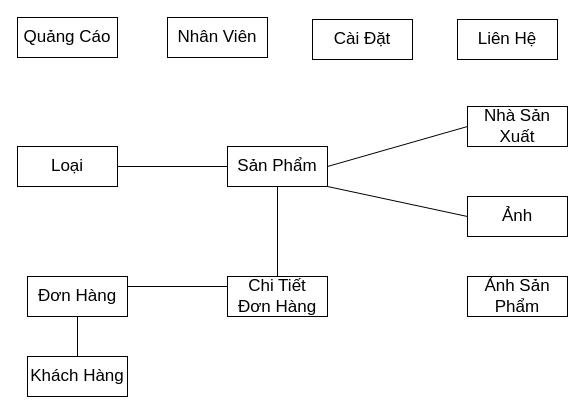
Before: page "Liên Kết Thực Thể" (2 of 6) of ERD/Sơ Đồ Thực Thể.V2.dio in LUU-DUC-HAI/do_an_java, a draw.io diagram. Source tidied: cells renumbered, new cells numbered last; positions are measured from the earlier drawing's top-left corner, leaving out a move shared by most shapes. Both pictures are drawn from the tidied source at 100%, with x=0, y=0 at pixel (17, 17).
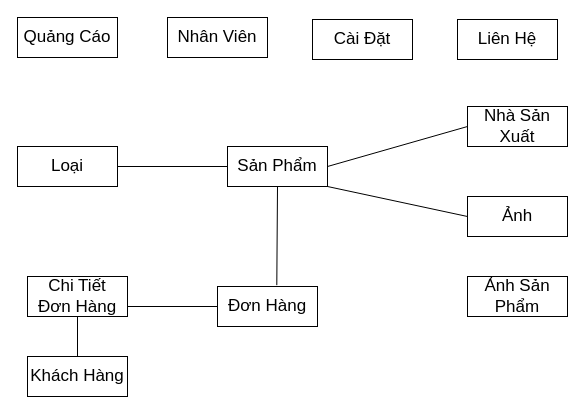
The same diagram, later.

The edit, as a diff of the source:
```diff
@@
 <mxGraphModel>
   <root>
     <mxCell id="0" />
     <mxCell id="1" parent="0" />
     <mxCell id="2" value="Quảng Cáo" style="whiteSpace=wrap;html=1;align=center;fontSize=17;" parent="1" vertex="1">
       <mxGeometry width="100" height="40" as="geometry" />
     </mxCell>
     <mxCell id="3" value="Loại" style="whiteSpace=wrap;html=1;align=center;fontSize=17;" parent="1" vertex="1">
       <mxGeometry y="129" width="100" height="40" as="geometry" />
     </mxCell>
     <mxCell id="4" value="Liên Hệ" style="whiteSpace=wrap;html=1;align=center;fontSize=17;" parent="1" vertex="1">
       <mxGeometry x="440" y="2" width="100" height="40" as="geometry" />
     </mxCell>
     <mxCell id="5" value="Khách Hàng" style="whiteSpace=wrap;html=1;align=center;fontSize=17;" parent="1" vertex="1">
       <mxGeometry x="10" y="339" width="100" height="40" as="geometry" />
     </mxCell>
     <mxCell id="6" value="Nhà Sản Xuất" style="whiteSpace=wrap;html=1;align=center;fontSize=17;" parent="1" vertex="1">
       <mxGeometry x="450" y="89" width="100" height="40" as="geometry" />
     </mxCell>
     <mxCell id="7" value="Đơn Hàng" style="whiteSpace=wrap;html=1;align=center;fontSize=17;" parent="1" vertex="1">
-      <mxGeometry x="10" y="259" width="100" height="40" as="geometry" />
+      <mxGeometry x="200" y="269" width="100" height="40" as="geometry" />
     </mxCell>
     <mxCell id="8" value="Chi Tiết &lt;br&gt;Đơn Hàng" style="whiteSpace=wrap;html=1;align=center;fontSize=17;" parent="1" vertex="1">
-      <mxGeometry x="210" y="259" width="100" height="40" as="geometry" />
+      <mxGeometry x="10" y="259" width="100" height="40" as="geometry" />
     </mxCell>
     <mxCell id="9" value="Sản Phẩm" style="whiteSpace=wrap;html=1;align=center;fontSize=17;" parent="1" vertex="1">
       <mxGeometry x="210" y="129" width="100" height="40" as="geometry" />
     </mxCell>
     <mxCell id="10" value="Ảnh" style="whiteSpace=wrap;html=1;align=center;fontSize=17;" parent="1" vertex="1">
       <mxGeometry x="450" y="179" width="100" height="40" as="geometry" />
     </mxCell>
     <mxCell id="11" value="Cài Đặt" style="whiteSpace=wrap;html=1;align=center;fontSize=17;" parent="1" vertex="1">
       <mxGeometry x="295" y="2" width="100" height="40" as="geometry" />
     </mxCell>
     <mxCell id="12" value="Nhân Viên" style="whiteSpace=wrap;html=1;align=center;fontSize=17;" parent="1" vertex="1">
       <mxGeometry x="150" width="100" height="40" as="geometry" />
     </mxCell>
     <mxCell id="13" style="endArrow=none;html=1;rounded=0;fontSize=17;exitX=1;exitY=1;exitDx=0;exitDy=0;entryX=0;entryY=0.5;entryDx=0;entryDy=0;" parent="1" edge="1" source="9" target="10">
       <mxGeometry relative="1" as="geometry" />
     </mxCell>
     <mxCell id="14" style="endArrow=none;html=1;rounded=0;fontSize=17;exitX=1;exitY=0.5;exitDx=0;exitDy=0;entryX=0;entryY=0.5;entryDx=0;entryDy=0;" parent="1" edge="1" source="9" target="6">
       <mxGeometry relative="1" as="geometry" />
     </mxCell>
     <mxCell id="15" style="endArrow=none;html=1;rounded=0;fontSize=17;exitX=0;exitY=0.5;exitDx=0;exitDy=0;entryX=1;entryY=0.5;entryDx=0;entryDy=0;" parent="1" edge="1" source="9" target="3">
       <mxGeometry relative="1" as="geometry" />
     </mxCell>
-    <mxCell id="16" style="endArrow=none;html=1;rounded=0;fontSize=17;exitX=1;exitY=0.25;exitDx=0;exitDy=0;entryX=0;entryY=0.25;entryDx=0;entryDy=0;" parent="1" edge="1" source="7" target="8">
+    <mxCell id="16" style="endArrow=none;html=1;rounded=0;fontSize=17;entryX=0;entryY=0.5;entryDx=0;entryDy=0;exitX=1;exitY=0.75;exitDx=0;exitDy=0;" parent="1" edge="1" source="8" target="7">
       <mxGeometry relative="1" as="geometry" />
     </mxCell>
-    <mxCell id="17" style="endArrow=none;html=1;rounded=0;fontSize=17;entryX=0.5;entryY=0;entryDx=0;entryDy=0;" parent="1" edge="1" source="7" target="5">
+    <mxCell id="17" style="endArrow=none;html=1;rounded=0;fontSize=17;entryX=0.5;entryY=0;entryDx=0;entryDy=0;" parent="1" edge="1" source="8" target="5">
       <mxGeometry relative="1" as="geometry" />
     </mxCell>
-    <mxCell id="18" style="endArrow=none;html=1;rounded=0;fontSize=17;exitX=0.5;exitY=1;exitDx=0;exitDy=0;entryX=0.5;entryY=0;entryDx=0;entryDy=0;" parent="1" edge="1" source="9" target="8">
+    <mxCell id="18" style="endArrow=none;html=1;rounded=0;fontSize=17;exitX=0.5;exitY=1;exitDx=0;exitDy=0;entryX=0.593;entryY=-0.033;entryDx=0;entryDy=0;entryPerimeter=0;" parent="1" edge="1" source="9" target="7">
       <mxGeometry relative="1" as="geometry" />
     </mxCell>
     <mxCell id="19" value="Ảnh Sản Phẩm" style="whiteSpace=wrap;html=1;align=center;fontSize=17;" parent="1" vertex="1">
       <mxGeometry x="450" y="259" width="100" height="40" as="geometry" />
     </mxCell>
   </root>
 </mxGraphModel>
```
